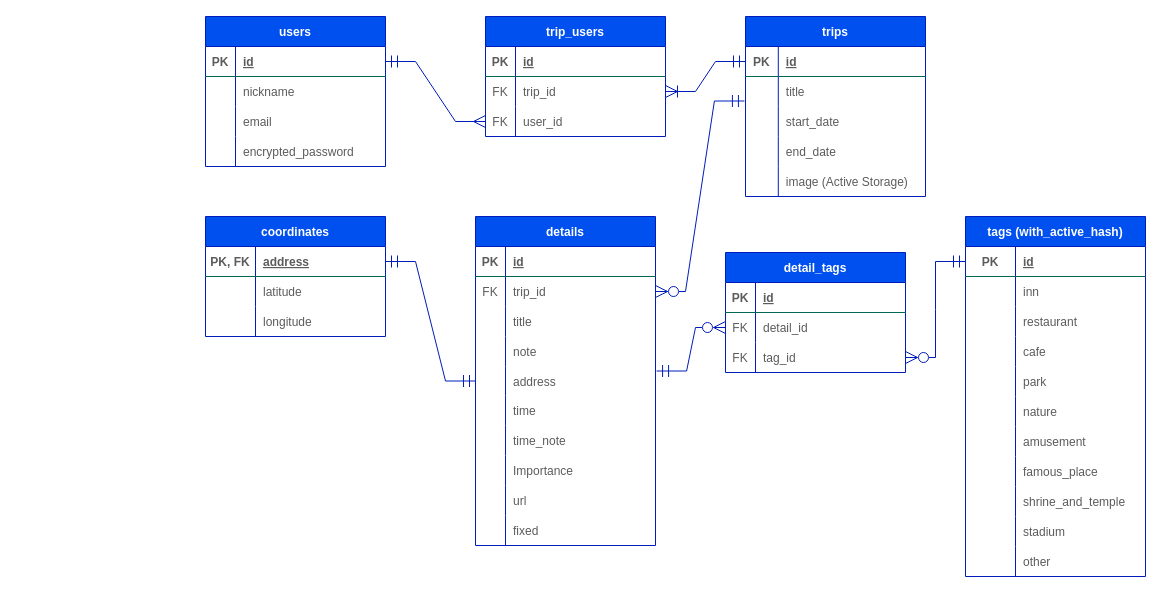
Earlier version of the draw.io diagram .dio (satomi46/trip_maker). Source tidied: cells renumbered, new cells numbered last; positions are measured from the earlier drawing's top-left corner, leaving out a move shared by most shapes. Both pictures are drawn from the tidied source at 100%, with x=0, y=0 at pixel (205, 16).
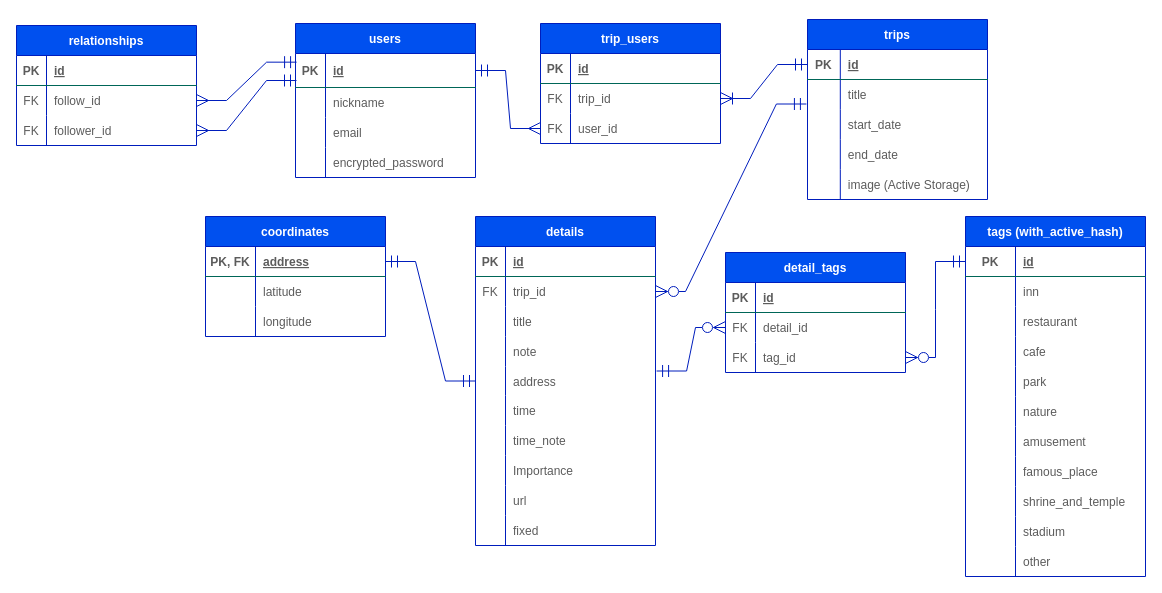
Above is the later version.

The edit, as a diff of the source:
```diff
@@
     <mxCell id="2" value="users" style="shape=table;startSize=30;childLayout=tableLayout;rowLines=0;fontStyle=1;align=center;rounded=0;fillColor=#0050ef;strokeColor=#001DBC;fontColor=#ffffff;fixDash=0;" parent="1" vertex="1">
-      <mxGeometry width="180" height="150" as="geometry" />
+      <mxGeometry x="90" y="7" width="180" height="154" as="geometry" />
     </mxCell>
     <mxCell id="3" style="shape=tableRow;horizontal=0;startSize=0;swimlaneHead=0;swimlaneBody=0;fillColor=none;points=[[0,0.5],[1,0.5]];portConstraint=eastwest;top=0;left=0;right=0;bottom=1;rounded=0;strokeColor=#006658;fontColor=#5C5C5C;" parent="2" vertex="1">
-      <mxGeometry y="30" width="180" height="30" as="geometry" />
+      <mxGeometry y="30" width="180" height="34" as="geometry" />
     </mxCell>
     <mxCell id="4" value="PK" style="shape=partialRectangle;fillColor=none;top=0;left=0;bottom=0;right=0;fontStyle=1;overflow=hidden;rounded=0;strokeColor=#006658;fontColor=#5C5C5C;" parent="3" vertex="1">
-      <mxGeometry width="30" height="30" as="geometry" />
+      <mxGeometry width="30" height="34" as="geometry" />
     </mxCell>
     <mxCell id="5" value="id" style="shape=partialRectangle;fillColor=none;top=0;left=0;bottom=0;right=0;align=left;spacingLeft=6;fontStyle=5;overflow=hidden;rounded=0;strokeColor=#006658;fontColor=#5C5C5C;" parent="3" vertex="1">
-      <mxGeometry x="30" width="150" height="30" as="geometry" />
+      <mxGeometry x="30" width="150" height="34" as="geometry" />
     </mxCell>
     <mxCell id="6" style="shape=tableRow;horizontal=0;startSize=0;swimlaneHead=0;swimlaneBody=0;fillColor=none;top=0;left=0;right=0;bottom=0;rounded=0;strokeColor=#006658;fontColor=#5C5C5C;" parent="2" vertex="1">
-      <mxGeometry y="60" width="180" height="30" as="geometry" />
+      <mxGeometry y="64" width="180" height="30" as="geometry" />
     </mxCell>
@@
     <mxCell id="9" style="shape=tableRow;horizontal=0;startSize=0;swimlaneHead=0;swimlaneBody=0;fillColor=none;top=0;left=0;right=0;bottom=0;rounded=0;strokeColor=#006658;fontColor=#5C5C5C;" parent="2" vertex="1">
-      <mxGeometry y="90" width="180" height="30" as="geometry" />
+      <mxGeometry y="94" width="180" height="30" as="geometry" />
     </mxCell>
@@
     <mxCell id="12" style="shape=tableRow;horizontal=0;startSize=0;swimlaneHead=0;swimlaneBody=0;fillColor=none;top=0;left=0;right=0;bottom=0;rounded=0;strokeColor=#006658;fontColor=#5C5C5C;" parent="2" vertex="1">
-      <mxGeometry y="120" width="180" height="30" as="geometry" />
+      <mxGeometry y="124" width="180" height="30" as="geometry" />
     </mxCell>
@@
     <mxCell id="15" value="trips" style="shape=table;startSize=30;childLayout=tableLayout;rowLines=0;fontStyle=1;align=center;rounded=0;fillColor=#0050ef;strokeColor=#001DBC;fontColor=#ffffff;fixDash=0;" parent="1" vertex="1">
-      <mxGeometry x="540" width="180" height="180" as="geometry" />
+      <mxGeometry x="602" y="3" width="180" height="180" as="geometry" />
     </mxCell>
@@
     <mxCell id="116" value="trip_users" style="shape=table;startSize=30;childLayout=tableLayout;rowLines=0;fontStyle=1;align=center;rounded=0;fillColor=#0050ef;strokeColor=#001DBC;fontColor=#ffffff;fixDash=0;" parent="1" vertex="1">
-      <mxGeometry x="280" width="180" height="120" as="geometry" />
+      <mxGeometry x="335" y="7" width="180" height="120" as="geometry" />
     </mxCell>
@@
+    <mxCell id="132" style="edgeStyle=entityRelationEdgeStyle;rounded=0;jettySize=auto;html=1;exitX=1;exitY=0.5;exitDx=0;exitDy=0;startArrow=ERmany;startFill=0;endArrow=ERmandOne;endFill=0;startSize=10;endSize=10;targetPerimeterSpacing=0;strokeColor=#001DBC;fontColor=#ffffff;fillColor=#0050ef;fixDash=0;snapToPoint=0;fontSize=12;fontStyle=1;entryX=0.006;entryY=0.255;entryDx=0;entryDy=0;entryPerimeter=0;" parent="1" edge="1" source="137" target="3">
+      <mxGeometry relative="1" as="geometry" />
+    </mxCell>
+    <mxCell id="133" value="relationships" style="shape=table;startSize=30;childLayout=tableLayout;rowLines=0;fontStyle=1;align=center;rounded=0;fillColor=#0050ef;strokeColor=#001DBC;fontColor=#ffffff;fixDash=0;" parent="1" vertex="1">
+      <mxGeometry x="-189" y="9" width="180" height="120" as="geometry" />
+    </mxCell>
+    <mxCell id="134" style="shape=tableRow;horizontal=0;startSize=0;swimlaneHead=0;swimlaneBody=0;fillColor=none;top=0;left=0;right=0;bottom=1;rounded=0;strokeColor=#006658;fontColor=#5C5C5C;" parent="133" vertex="1">
+      <mxGeometry y="30" width="180" height="30" as="geometry" />
+    </mxCell>
+    <mxCell id="135" value="PK" style="shape=partialRectangle;fillColor=none;top=0;left=0;bottom=0;right=0;fontStyle=1;overflow=hidden;rounded=0;strokeColor=#006658;fontColor=#5C5C5C;" parent="134" vertex="1">
+      <mxGeometry width="30" height="30" as="geometry" />
+    </mxCell>
+    <mxCell id="136" value="id" style="shape=partialRectangle;fillColor=none;top=0;left=0;bottom=0;right=0;align=left;spacingLeft=6;fontStyle=5;overflow=hidden;rounded=0;strokeColor=#006658;fontColor=#5C5C5C;" parent="134" vertex="1">
+      <mxGeometry x="30" width="150" height="30" as="geometry" />
+    </mxCell>
+    <mxCell id="137" style="shape=tableRow;horizontal=0;startSize=0;swimlaneHead=0;swimlaneBody=0;fillColor=none;points=[[0,0.5],[1,0.5]];portConstraint=eastwest;top=0;left=0;right=0;bottom=0;rounded=0;strokeColor=#006658;fontColor=#5C5C5C;" parent="133" vertex="1">
+      <mxGeometry y="60" width="180" height="30" as="geometry" />
+    </mxCell>
+    <mxCell id="138" value="FK" style="shape=partialRectangle;fillColor=none;top=0;left=0;bottom=0;right=0;overflow=hidden;rounded=0;strokeColor=#006658;fontColor=#5C5C5C;" parent="137" vertex="1">
+      <mxGeometry width="30" height="30" as="geometry" />
+    </mxCell>
+    <mxCell id="139" value="follow_id" style="shape=partialRectangle;fillColor=none;top=0;left=0;bottom=0;right=0;align=left;spacingLeft=6;overflow=hidden;rounded=0;strokeColor=#006658;fontColor=#5C5C5C;" parent="137" vertex="1">
+      <mxGeometry x="30" width="150" height="30" as="geometry" />
+    </mxCell>
+    <mxCell id="140" style="shape=tableRow;horizontal=0;startSize=0;swimlaneHead=0;swimlaneBody=0;fillColor=none;points=[[0,0.5],[1,0.5]];portConstraint=eastwest;top=0;left=0;right=0;bottom=0;rounded=0;strokeColor=#006658;fontColor=#5C5C5C;" parent="133" vertex="1">
+      <mxGeometry y="90" width="180" height="30" as="geometry" />
+    </mxCell>
+    <mxCell id="141" value="FK" style="shape=partialRectangle;fillColor=none;top=0;left=0;bottom=0;right=0;overflow=hidden;rounded=0;strokeColor=#006658;fontColor=#5C5C5C;" parent="140" vertex="1">
+      <mxGeometry width="30" height="30" as="geometry" />
+    </mxCell>
+    <mxCell id="142" value="follower_id" style="shape=partialRectangle;fillColor=none;top=0;left=0;bottom=0;right=0;align=left;spacingLeft=6;overflow=hidden;rounded=0;strokeColor=#006658;fontColor=#5C5C5C;" parent="140" vertex="1">
+      <mxGeometry x="30" width="150" height="30" as="geometry" />
+    </mxCell>
+    <mxCell id="143" style="edgeStyle=entityRelationEdgeStyle;rounded=0;jettySize=auto;html=1;startArrow=ERmany;startFill=0;endArrow=ERmandOne;endFill=0;startSize=10;endSize=10;targetPerimeterSpacing=0;strokeColor=#001DBC;fontColor=#ffffff;fillColor=#0050ef;fixDash=0;snapToPoint=0;fontSize=12;fontStyle=1;exitX=1;exitY=0.5;exitDx=0;exitDy=0;" parent="1" edge="1" source="140">
+      <mxGeometry relative="1" as="geometry">
+        <mxPoint x="91" y="64" as="targetPoint" />
+      </mxGeometry>
+    </mxCell>
```
